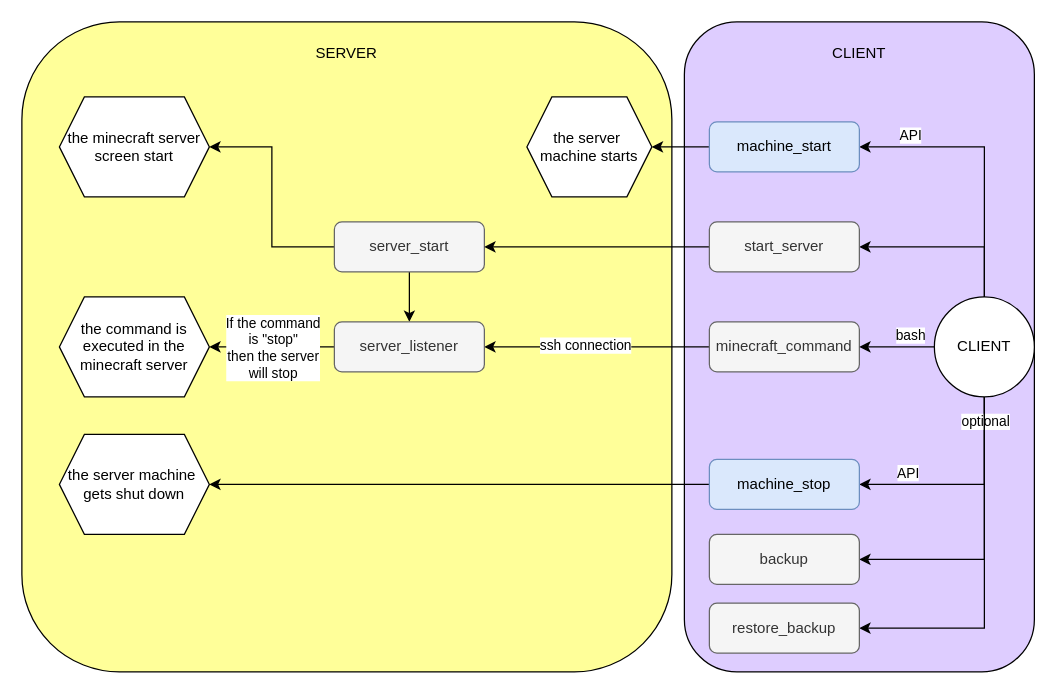
The draw.io diagram img/framework.drawio in StudiousPillow/MinecraftHostOnOff, before the edit. Source tidied: cells renumbered, new cells numbered last; positions are measured from the earlier drawing's top-left corner, leaving out a move shared by most shapes. Both pictures are drawn from the tidied source at 125%, with x=0, y=0 at pixel (21, 21).
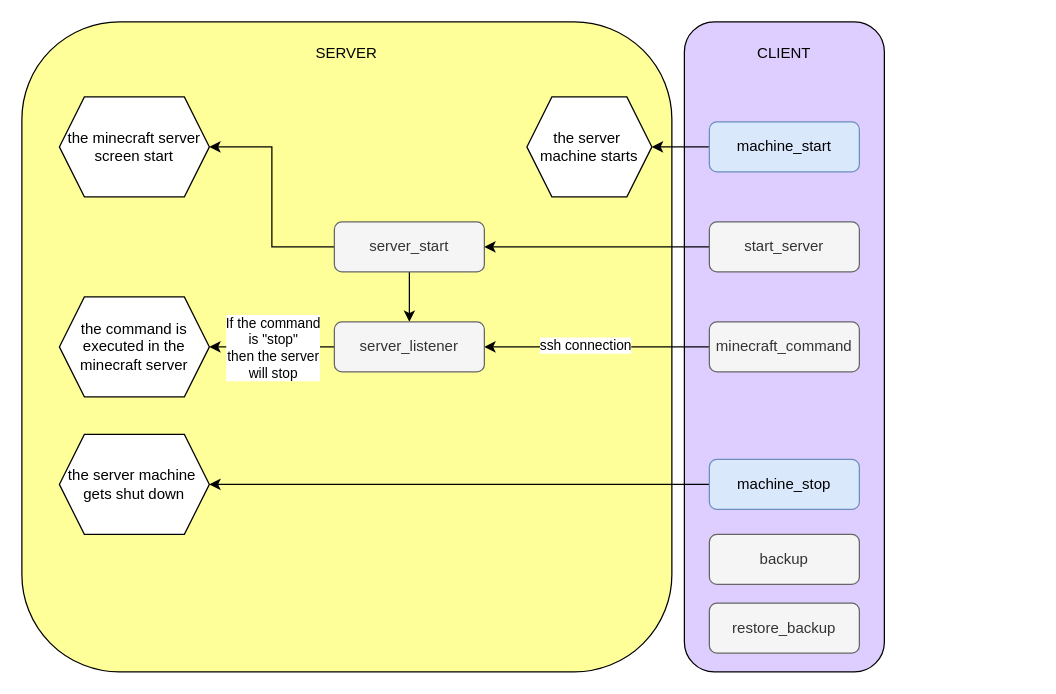
Above is the later version.

Commit message (it also covers changes not shown here):
img clean

The change refers to these unchanged cells:
```xml
<mxCell id="9" value="minecraft_command" style="rounded=1;whiteSpace=wrap;html=1;fontSize=12;glass=0;strokeWidth=1;shadow=0;fillColor=#f5f5f5;fontColor=#333333;strokeColor=#666666;" parent="1" vertex="1">
  <mxGeometry x="550" y="240" width="120" height="40" as="geometry" />
</mxCell>
<mxCell id="25" value="&lt;div&gt;machine_start&lt;/div&gt;" style="rounded=1;whiteSpace=wrap;html=1;fontSize=12;glass=0;strokeWidth=1;shadow=0;fillColor=#dae8fc;strokeColor=#6c8ebf;" parent="1" vertex="1">
  <mxGeometry x="550" y="80" width="120" height="40" as="geometry" />
</mxCell>
<mxCell id="31" value="&lt;div&gt;&lt;div&gt;machine_stop&lt;/div&gt;&lt;/div&gt;" style="rounded=1;whiteSpace=wrap;html=1;fontSize=12;glass=0;strokeWidth=1;shadow=0;fillColor=#dae8fc;strokeColor=#6c8ebf;" parent="1" vertex="1">
  <mxGeometry x="550" y="350" width="120" height="40" as="geometry" />
</mxCell>
<mxCell id="34" value="backup" style="rounded=1;whiteSpace=wrap;html=1;fontSize=12;glass=0;strokeWidth=1;shadow=0;fillColor=#f5f5f5;fontColor=#333333;strokeColor=#666666;" parent="1" vertex="1">
  <mxGeometry x="550" y="410" width="120" height="40" as="geometry" />
</mxCell>
<mxCell id="35" value="restore_backup" style="rounded=1;whiteSpace=wrap;html=1;fontSize=12;glass=0;strokeWidth=1;shadow=0;fillColor=#f5f5f5;fontColor=#333333;strokeColor=#666666;" parent="1" vertex="1">
  <mxGeometry x="550" y="465" width="120" height="40" as="geometry" />
</mxCell>
<mxCell id="37" value="start_server" style="rounded=1;whiteSpace=wrap;html=1;fontSize=12;glass=0;strokeWidth=1;shadow=0;fillColor=#f5f5f5;fontColor=#333333;strokeColor=#666666;" parent="1" vertex="1">
  <mxGeometry x="550" y="160" width="120" height="40" as="geometry" />
</mxCell>
```

What changed in the source:
```diff
@@
     <mxCell id="3" style="rounded=1;whiteSpace=wrap;html=1;fillColor=#DECDFF;" parent="1" vertex="1">
-      <mxGeometry x="530" width="280" height="520" as="geometry" />
+      <mxGeometry x="530" width="160" height="520" as="geometry" />
     </mxCell>
@@
-    <mxCell id="13" style="edgeStyle=orthogonalEdgeStyle;rounded=0;jettySize=auto;html=1;exitX=0.5;exitY=0;exitDx=0;exitDy=0;entryX=1;entryY=0.5;entryDx=0;entryDy=0;" parent="1" edge="1" source="23" target="25">
-      <mxGeometry relative="1" as="geometry" />
-    </mxCell>
-    <mxCell id="14" value="API" style="edgeLabel;html=1;align=center;verticalAlign=middle;" parent="13" vertex="1">
-      <mxGeometry x="0.67" y="-4" relative="1" as="geometry">
-        <mxPoint x="4" y="-6" as="offset" />
-      </mxGeometry>
-    </mxCell>
-    <mxCell id="15" style="edgeStyle=orthogonalEdgeStyle;rounded=0;jettySize=auto;html=1;exitX=0;exitY=0.5;exitDx=0;exitDy=0;entryX=1;entryY=0.5;entryDx=0;entryDy=0;" parent="1" edge="1" source="23" target="9">
-      <mxGeometry relative="1" as="geometry" />
-    </mxCell>
-    <mxCell id="16" value="bash" style="edgeLabel;html=1;align=center;verticalAlign=middle;" parent="15" vertex="1">
-      <mxGeometry x="-0.35" y="1" relative="1" as="geometry">
-        <mxPoint y="-11" as="offset" />
-      </mxGeometry>
-    </mxCell>
-    <mxCell id="17" style="edgeStyle=orthogonalEdgeStyle;rounded=0;jettySize=auto;html=1;exitX=0.5;exitY=1;exitDx=0;exitDy=0;entryX=1;entryY=0.5;entryDx=0;entryDy=0;" parent="1" edge="1" source="23" target="31">
-      <mxGeometry relative="1" as="geometry" />
-    </mxCell>
-    <mxCell id="18" value="API" style="edgeLabel;html=1;align=center;verticalAlign=middle;" parent="17" vertex="1">
-      <mxGeometry x="0.46" y="-2" relative="1" as="geometry">
-        <mxPoint x="-8" y="-8" as="offset" />
-      </mxGeometry>
-    </mxCell>
-    <mxCell id="19" value="optional" style="edgeLabel;html=1;align=center;verticalAlign=middle;" parent="17" vertex="1">
-      <mxGeometry x="-0.78" relative="1" as="geometry" />
-    </mxCell>
-    <mxCell id="20" style="edgeStyle=orthogonalEdgeStyle;rounded=0;jettySize=auto;html=1;exitX=0.5;exitY=1;exitDx=0;exitDy=0;entryX=1;entryY=0.5;entryDx=0;entryDy=0;" parent="1" edge="1" source="23" target="34">
-      <mxGeometry relative="1" as="geometry" />
-    </mxCell>
-    <mxCell id="21" style="edgeStyle=orthogonalEdgeStyle;rounded=0;jettySize=auto;html=1;exitX=0.5;exitY=1;exitDx=0;exitDy=0;entryX=1;entryY=0.5;entryDx=0;entryDy=0;" parent="1" edge="1" source="23" target="35">
-      <mxGeometry relative="1" as="geometry" />
-    </mxCell>
-    <mxCell id="22" style="edgeStyle=orthogonalEdgeStyle;rounded=0;jettySize=auto;html=1;exitX=0.5;exitY=0;exitDx=0;exitDy=0;entryX=1;entryY=0.5;entryDx=0;entryDy=0;" parent="1" edge="1" source="23" target="37">
-      <mxGeometry relative="1" as="geometry" />
-    </mxCell>
-    <mxCell id="23" value="CLIENT" style="ellipse;whiteSpace=wrap;html=1;" parent="1" vertex="1">
-      <mxGeometry x="730" y="220" width="80" height="80" as="geometry" />
-    </mxCell>
@@
     <mxCell id="32" value="CLIENT" style="text;html=1;align=center;verticalAlign=middle;whiteSpace=wrap;rounded=0;" parent="1" vertex="1">
-      <mxGeometry x="640" y="10" width="60" height="30" as="geometry" />
+      <mxGeometry x="580" y="10" width="60" height="30" as="geometry" />
     </mxCell>
```
